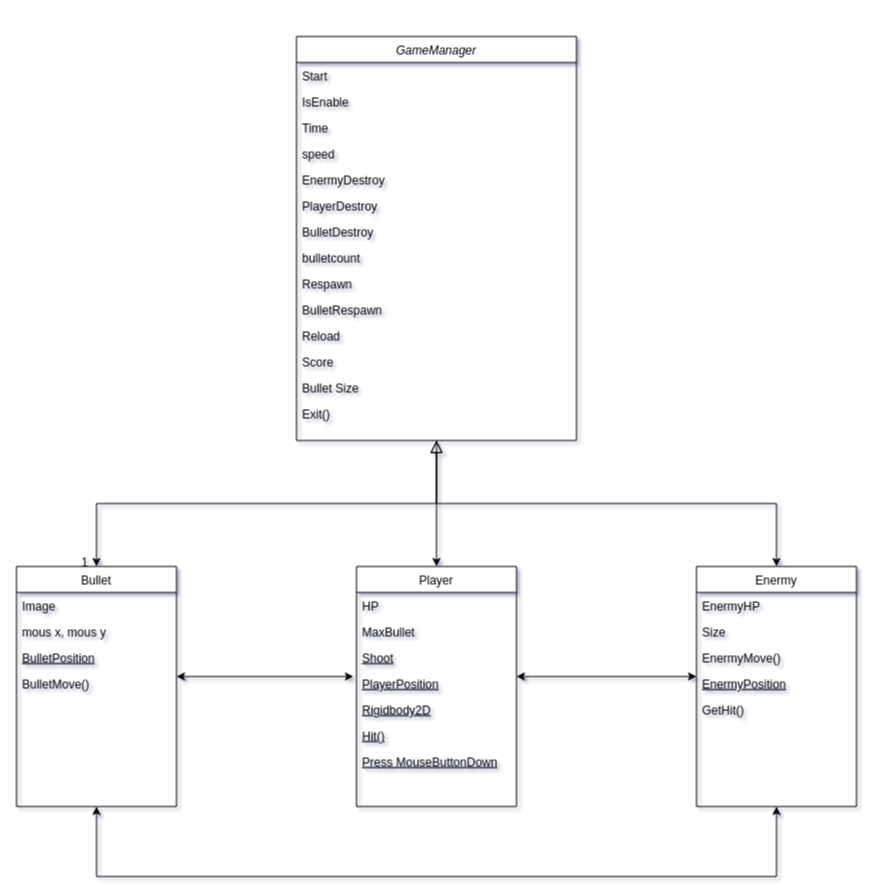
Above: class diagram.drawio in Parkjungmine/RWStudy (draw.io), before the change. Source tidied: cells renumbered, new cells numbered last; positions are measured from the earlier drawing's top-left corner, leaving out a move shared by most shapes. Both pictures are drawn from the tidied source at 100%, with x=0, y=0 at pixel (16, 36).
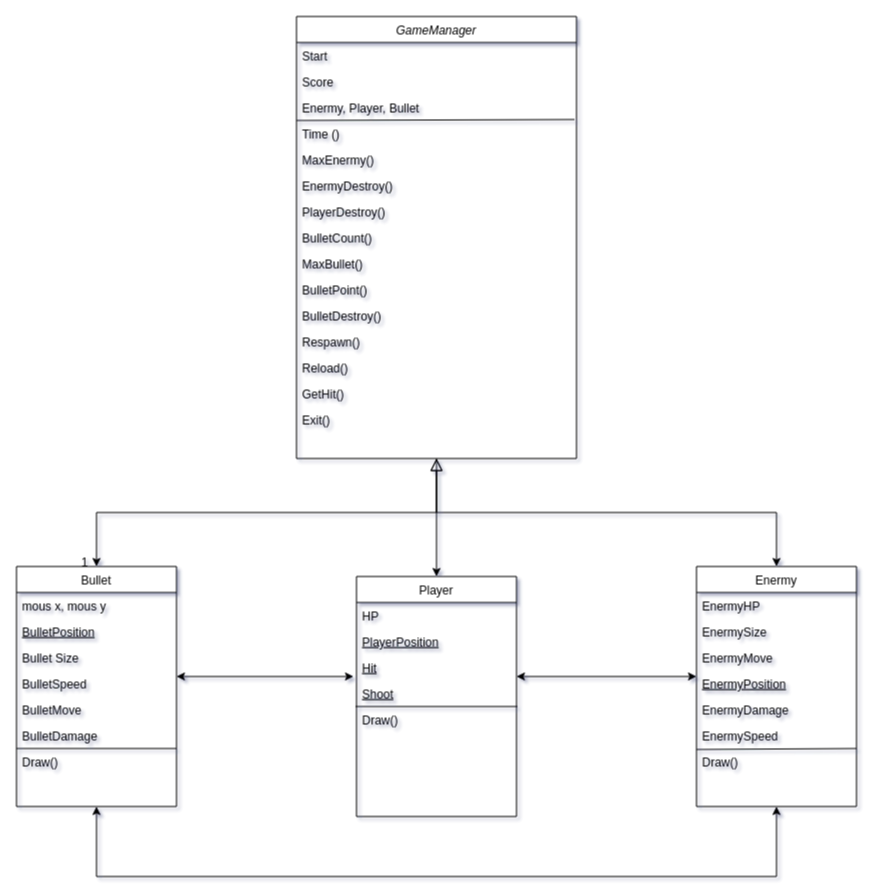
After the change.

Unchanged cells that the change refers to:
```xml
<mxCell id="26" value="Enermy" style="swimlane;fontStyle=0;align=center;verticalAlign=top;horizontal=1;startSize=26;rounded=0;shadow=0;strokeWidth=1;" parent="1" vertex="1">
  <mxGeometry x="680" y="530" width="160" height="240" as="geometry" />
</mxCell>
<mxCell id="33" value="Bullet" style="swimlane;fontStyle=0;align=center;verticalAlign=top;horizontal=1;startSize=26;rounded=0;shadow=0;strokeWidth=1;" parent="1" vertex="1">
  <mxGeometry y="530" width="160" height="240" as="geometry" />
</mxCell>
```

What changed in the source:
```diff
@@
     <mxCell id="2" value="GameManager" style="swimlane;fontStyle=2;align=center;verticalAlign=top;horizontal=1;startSize=26;rounded=0;shadow=0;strokeWidth=1;" parent="1" vertex="1">
-      <mxGeometry x="280" width="280" height="404" as="geometry" />
+      <mxGeometry x="280" y="-20" width="280" height="442" as="geometry" />
     </mxCell>
@@
-    <mxCell id="4" value="IsEnable" style="text;align=left;verticalAlign=top;spacingLeft=4;spacingRight=4;overflow=hidden;" parent="2" vertex="1">
-      <mxGeometry y="52" width="280" height="26" as="geometry" />
-    </mxCell>
+    <mxCell id="45" style="endArrow=none;html=1;rounded=0;entryX=0.993;entryY=-0.038;entryDx=0;entryDy=0;entryPerimeter=0;" parent="2" edge="1">
+      <mxGeometry relative="1" as="geometry">
+        <mxPoint y="104" as="sourcePoint" />
+        <mxPoint x="278" y="103" as="targetPoint" />
+      </mxGeometry>
+    </mxCell>
+    <mxCell id="14" value="Score" style="text;align=left;verticalAlign=top;spacingLeft=4;spacingRight=4;overflow=hidden;rounded=0;shadow=0;html=0;" parent="2" vertex="1">
+      <mxGeometry y="52" width="280" height="26" as="geometry" />
+    </mxCell>
+    <mxCell id="46" value="Enermy, Player, Bullet" style="text;align=left;verticalAlign=top;spacingLeft=4;spacingRight=4;overflow=hidden;rounded=0;shadow=0;html=0;" parent="2" vertex="1">
+      <mxGeometry y="78" width="280" height="26" as="geometry" />
+    </mxCell>
-    <mxCell id="5" value="Time" style="text;align=left;verticalAlign=top;spacingLeft=4;spacingRight=4;overflow=hidden;rounded=0;shadow=0;html=0;" parent="2" vertex="1">
-      <mxGeometry y="78" width="280" height="26" as="geometry" />
+    <mxCell id="5" value="Time ()" style="text;align=left;verticalAlign=top;spacingLeft=4;spacingRight=4;overflow=hidden;rounded=0;shadow=0;html=0;" parent="2" vertex="1">
+      <mxGeometry y="104" width="280" height="26" as="geometry" />
     </mxCell>
-    <mxCell id="6" value="speed" style="text;align=left;verticalAlign=top;spacingLeft=4;spacingRight=4;overflow=hidden;rounded=0;shadow=0;html=0;" parent="2" vertex="1">
-      <mxGeometry y="104" width="280" height="26" as="geometry" />
-    </mxCell>
-    <mxCell id="7" value="EnermyDestroy" style="text;align=left;verticalAlign=top;spacingLeft=4;spacingRight=4;overflow=hidden;rounded=0;shadow=0;html=0;" parent="2" vertex="1">
+    <mxCell id="7" value="MaxEnermy()" style="text;align=left;verticalAlign=top;spacingLeft=4;spacingRight=4;overflow=hidden;rounded=0;shadow=0;html=0;" parent="2" vertex="1">
       <mxGeometry y="130" width="280" height="26" as="geometry" />
     </mxCell>
+    <mxCell id="47" value="EnermyDestroy()" style="text;align=left;verticalAlign=top;spacingLeft=4;spacingRight=4;overflow=hidden;rounded=0;shadow=0;html=0;" parent="2" vertex="1">
+      <mxGeometry y="156" width="280" height="26" as="geometry" />
+    </mxCell>
-    <mxCell id="8" value="PlayerDestroy" style="text;align=left;verticalAlign=top;spacingLeft=4;spacingRight=4;overflow=hidden;rounded=0;shadow=0;html=0;" parent="2" vertex="1">
-      <mxGeometry y="156" width="280" height="26" as="geometry" />
+    <mxCell id="8" value="PlayerDestroy()" style="text;align=left;verticalAlign=top;spacingLeft=4;spacingRight=4;overflow=hidden;rounded=0;shadow=0;html=0;" parent="2" vertex="1">
+      <mxGeometry y="182" width="280" height="26" as="geometry" />
     </mxCell>
+    <mxCell id="10" value="BulletCount()" style="text;align=left;verticalAlign=top;spacingLeft=4;spacingRight=4;overflow=hidden;rounded=0;shadow=0;html=0;" parent="2" vertex="1">
+      <mxGeometry y="208" width="280" height="26" as="geometry" />
+    </mxCell>
+    <mxCell id="19" value="MaxBullet()" style="text;align=left;verticalAlign=top;spacingLeft=4;spacingRight=4;overflow=hidden;rounded=0;shadow=0;html=0;" parent="2" vertex="1">
+      <mxGeometry y="234" width="280" height="26" as="geometry" />
+    </mxCell>
+    <mxCell id="48" value="BulletPoint()" style="text;align=left;verticalAlign=top;spacingLeft=4;spacingRight=4;overflow=hidden;rounded=0;shadow=0;html=0;" parent="2" vertex="1">
+      <mxGeometry y="260" width="280" height="26" as="geometry" />
+    </mxCell>
-    <mxCell id="9" value="BulletDestroy" style="text;align=left;verticalAlign=top;spacingLeft=4;spacingRight=4;overflow=hidden;rounded=0;shadow=0;html=0;" parent="2" vertex="1">
-      <mxGeometry y="182" width="280" height="26" as="geometry" />
+    <mxCell id="9" value="BulletDestroy()" style="text;align=left;verticalAlign=top;spacingLeft=4;spacingRight=4;overflow=hidden;rounded=0;shadow=0;html=0;" parent="2" vertex="1">
+      <mxGeometry y="286" width="280" height="26" as="geometry" />
     </mxCell>
-    <mxCell id="10" value="bulletcount" style="text;align=left;verticalAlign=top;spacingLeft=4;spacingRight=4;overflow=hidden;rounded=0;shadow=0;html=0;" parent="2" vertex="1">
-      <mxGeometry y="208" width="280" height="26" as="geometry" />
-    </mxCell>
-    <mxCell id="11" value="Respawn" style="text;align=left;verticalAlign=top;spacingLeft=4;spacingRight=4;overflow=hidden;rounded=0;shadow=0;html=0;" parent="2" vertex="1">
-      <mxGeometry y="234" width="280" height="26" as="geometry" />
+    <mxCell id="11" value="Respawn()" style="text;align=left;verticalAlign=top;spacingLeft=4;spacingRight=4;overflow=hidden;rounded=0;shadow=0;html=0;" parent="2" vertex="1">
+      <mxGeometry y="312" width="280" height="26" as="geometry" />
     </mxCell>
-    <mxCell id="12" value="BulletRespawn" style="text;align=left;verticalAlign=top;spacingLeft=4;spacingRight=4;overflow=hidden;rounded=0;shadow=0;html=0;" parent="2" vertex="1">
-      <mxGeometry y="260" width="280" height="26" as="geometry" />
-    </mxCell>
-    <mxCell id="13" value="Reload" style="text;align=left;verticalAlign=top;spacingLeft=4;spacingRight=4;overflow=hidden;rounded=0;shadow=0;html=0;" parent="2" vertex="1">
-      <mxGeometry y="286" width="280" height="26" as="geometry" />
+    <mxCell id="13" value="Reload()" style="text;align=left;verticalAlign=top;spacingLeft=4;spacingRight=4;overflow=hidden;rounded=0;shadow=0;html=0;" parent="2" vertex="1">
+      <mxGeometry y="338" width="280" height="26" as="geometry" />
     </mxCell>
-    <mxCell id="14" value="Score" style="text;align=left;verticalAlign=top;spacingLeft=4;spacingRight=4;overflow=hidden;rounded=0;shadow=0;html=0;" parent="2" vertex="1">
-      <mxGeometry y="312" width="280" height="26" as="geometry" />
-    </mxCell>
-    <mxCell id="15" value="Bullet Size" style="text;align=left;verticalAlign=top;spacingLeft=4;spacingRight=4;overflow=hidden;rounded=0;shadow=0;html=0;" parent="2" vertex="1">
-      <mxGeometry y="338" width="280" height="26" as="geometry" />
-    </mxCell>
+    <mxCell id="31" value="GetHit()" style="text;align=left;verticalAlign=top;spacingLeft=4;spacingRight=4;overflow=hidden;" parent="2" vertex="1">
+      <mxGeometry y="364" width="280" height="26" as="geometry" />
+    </mxCell>
     <mxCell id="16" value="Exit()" style="text;align=left;verticalAlign=top;spacingLeft=4;spacingRight=4;overflow=hidden;rounded=0;shadow=0;html=0;" parent="2" vertex="1">
-      <mxGeometry y="364" width="280" height="26" as="geometry" />
+      <mxGeometry y="390" width="280" height="26" as="geometry" />
     </mxCell>
     <mxCell id="17" value="Player" style="swimlane;fontStyle=0;align=center;verticalAlign=top;horizontal=1;startSize=26;rounded=0;shadow=0;strokeWidth=1;" parent="1" vertex="1">
-      <mxGeometry x="340" y="530" width="160" height="240" as="geometry" />
+      <mxGeometry x="340" y="540" width="160" height="240" as="geometry" />
     </mxCell>
@@
-    <mxCell id="19" value="MaxBullet" style="text;align=left;verticalAlign=top;spacingLeft=4;spacingRight=4;overflow=hidden;rounded=0;shadow=0;html=0;" parent="17" vertex="1">
-      <mxGeometry y="52" width="160" height="26" as="geometry" />
-    </mxCell>
+    <mxCell id="21" value="PlayerPosition" style="text;align=left;verticalAlign=top;spacingLeft=4;spacingRight=4;overflow=hidden;points=[[0,0.5],[1,0.5]];portConstraint=eastwest;fontStyle=4;" parent="17" vertex="1">
+      <mxGeometry y="52" width="160" height="26" as="geometry" />
+    </mxCell>
+    <mxCell id="23" value="Hit" style="text;align=left;verticalAlign=top;spacingLeft=4;spacingRight=4;overflow=hidden;fontStyle=4;" parent="17" vertex="1">
+      <mxGeometry y="78" width="160" height="26" as="geometry" />
+    </mxCell>
     <mxCell id="20" value="Shoot" style="text;align=left;verticalAlign=top;spacingLeft=4;spacingRight=4;overflow=hidden;fontStyle=4;" parent="17" vertex="1">
-      <mxGeometry y="78" width="160" height="26" as="geometry" />
+      <mxGeometry y="104" width="160" height="26" as="geometry" />
     </mxCell>
-    <mxCell id="21" value="PlayerPosition" style="text;align=left;verticalAlign=top;spacingLeft=4;spacingRight=4;overflow=hidden;points=[[0,0.5],[1,0.5]];portConstraint=eastwest;fontStyle=4;" parent="17" vertex="1">
-      <mxGeometry y="104" width="160" height="26" as="geometry" />
-    </mxCell>
-    <mxCell id="22" value="Rigidbody2D" style="text;align=left;verticalAlign=top;spacingLeft=4;spacingRight=4;overflow=hidden;fontStyle=4;" parent="17" vertex="1">
-      <mxGeometry y="130" width="160" height="26" as="geometry" />
-    </mxCell>
-    <mxCell id="23" value="Hit()" style="text;align=left;verticalAlign=top;spacingLeft=4;spacingRight=4;overflow=hidden;fontStyle=4;" parent="17" vertex="1">
-      <mxGeometry y="156" width="160" height="26" as="geometry" />
-    </mxCell>
-    <mxCell id="24" value="Press MouseButtonDown" style="text;align=left;verticalAlign=top;spacingLeft=4;spacingRight=4;overflow=hidden;fontStyle=4;" parent="17" vertex="1">
-      <mxGeometry y="182" width="160" height="26" as="geometry" />
-    </mxCell>
+    <mxCell id="49" style="endArrow=none;html=1;rounded=0;entryX=1.013;entryY=1;entryDx=0;entryDy=0;entryPerimeter=0;" parent="17" edge="1">
+      <mxGeometry relative="1" as="geometry">
+        <mxPoint x="-1" y="130" as="sourcePoint" />
+        <mxPoint x="161" y="130" as="targetPoint" />
+      </mxGeometry>
+    </mxCell>
+    <mxCell id="50" value="Draw()" style="text;align=left;verticalAlign=top;spacingLeft=4;spacingRight=4;overflow=hidden;rounded=0;shadow=0;html=0;" parent="17" vertex="1">
+      <mxGeometry y="130" width="160" height="26" as="geometry" />
+    </mxCell>
@@
-    <mxCell id="28" value="Size" style="text;align=left;verticalAlign=top;spacingLeft=4;spacingRight=4;overflow=hidden;" parent="26" vertex="1">
+    <mxCell id="28" value="EnermySize" style="text;align=left;verticalAlign=top;spacingLeft=4;spacingRight=4;overflow=hidden;" parent="26" vertex="1">
       <mxGeometry y="52" width="160" height="26" as="geometry" />
     </mxCell>
-    <mxCell id="29" value="EnermyMove()" style="text;align=left;verticalAlign=top;spacingLeft=4;spacingRight=4;overflow=hidden;" parent="26" vertex="1">
+    <mxCell id="29" value="EnermyMove" style="text;align=left;verticalAlign=top;spacingLeft=4;spacingRight=4;overflow=hidden;" parent="26" vertex="1">
       <mxGeometry y="78" width="160" height="26" as="geometry" />
     </mxCell>
@@
-    <mxCell id="31" value="GetHit()" style="text;align=left;verticalAlign=top;spacingLeft=4;spacingRight=4;overflow=hidden;" parent="26" vertex="1">
-      <mxGeometry y="130" width="160" height="26" as="geometry" />
-    </mxCell>
+    <mxCell id="51" value="EnermyDamage" style="text;align=left;verticalAlign=top;spacingLeft=4;spacingRight=4;overflow=hidden;rounded=0;shadow=0;html=0;" parent="26" vertex="1">
+      <mxGeometry y="130" width="160" height="26" as="geometry" />
+    </mxCell>
+    <mxCell id="52" value="EnermySpeed" style="text;align=left;verticalAlign=top;spacingLeft=4;spacingRight=4;overflow=hidden;rounded=0;shadow=0;html=0;" parent="26" vertex="1">
+      <mxGeometry y="156" width="160" height="26" as="geometry" />
+    </mxCell>
+    <mxCell id="53" style="endArrow=none;html=1;rounded=0;" parent="26" edge="1">
+      <mxGeometry relative="1" as="geometry">
+        <mxPoint y="183" as="sourcePoint" />
+        <mxPoint x="160" y="182" as="targetPoint" />
+      </mxGeometry>
+    </mxCell>
+    <mxCell id="54" value="Draw()" style="text;align=left;verticalAlign=top;spacingLeft=4;spacingRight=4;overflow=hidden;rounded=0;shadow=0;html=0;" parent="26" vertex="1">
+      <mxGeometry y="182" width="160" height="26" as="geometry" />
+    </mxCell>
@@
-    <mxCell id="34" value="Image" style="text;align=left;verticalAlign=top;spacingLeft=4;spacingRight=4;overflow=hidden;rounded=0;shadow=0;html=0;" parent="33" vertex="1">
-      <mxGeometry y="26" width="160" height="26" as="geometry" />
-    </mxCell>
     <mxCell id="35" value="mous x, mous y" style="text;align=left;verticalAlign=top;spacingLeft=4;spacingRight=4;overflow=hidden;rounded=0;shadow=0;html=0;" parent="33" vertex="1">
-      <mxGeometry y="52" width="160" height="26" as="geometry" />
+      <mxGeometry y="26" width="160" height="26" as="geometry" />
     </mxCell>
     <mxCell id="36" value="BulletPosition" style="text;align=left;verticalAlign=top;spacingLeft=4;spacingRight=4;overflow=hidden;fontStyle=4;" parent="33" vertex="1">
-      <mxGeometry y="78" width="160" height="26" as="geometry" />
+      <mxGeometry y="52" width="160" height="26" as="geometry" />
     </mxCell>
+    <mxCell id="15" value="Bullet Size" style="text;align=left;verticalAlign=top;spacingLeft=4;spacingRight=4;overflow=hidden;rounded=0;shadow=0;html=0;" parent="33" vertex="1">
+      <mxGeometry y="78" width="160" height="26" as="geometry" />
+    </mxCell>
+    <mxCell id="55" value="BulletSpeed" style="text;align=left;verticalAlign=top;spacingLeft=4;spacingRight=4;overflow=hidden;rounded=0;shadow=0;html=0;" parent="33" vertex="1">
+      <mxGeometry y="104" width="160" height="26" as="geometry" />
+    </mxCell>
-    <mxCell id="37" value="BulletMove()" style="text;align=left;verticalAlign=top;spacingLeft=4;spacingRight=4;overflow=hidden;rounded=0;shadow=0;html=0;" parent="33" vertex="1">
-      <mxGeometry y="104" width="160" height="26" as="geometry" />
+    <mxCell id="37" value="BulletMove" style="text;align=left;verticalAlign=top;spacingLeft=4;spacingRight=4;overflow=hidden;rounded=0;shadow=0;html=0;" parent="33" vertex="1">
+      <mxGeometry y="130" width="160" height="26" as="geometry" />
     </mxCell>
+    <mxCell id="56" value="BulletDamage" style="text;align=left;verticalAlign=top;spacingLeft=4;spacingRight=4;overflow=hidden;rounded=0;shadow=0;html=0;" parent="33" vertex="1">
+      <mxGeometry y="156" width="160" height="26" as="geometry" />
+    </mxCell>
+    <mxCell id="57" style="endArrow=none;html=1;rounded=0;" parent="33" edge="1">
+      <mxGeometry relative="1" as="geometry">
+        <mxPoint y="182" as="sourcePoint" />
+        <mxPoint x="160" y="182" as="targetPoint" />
+      </mxGeometry>
+    </mxCell>
+    <mxCell id="58" value="Draw()" style="text;align=left;verticalAlign=top;spacingLeft=4;spacingRight=4;overflow=hidden;rounded=0;shadow=0;html=0;" parent="33" vertex="1">
+      <mxGeometry y="182" width="160" height="26" as="geometry" />
+    </mxCell>
@@
-    <mxCell id="40" style="endArrow=classic;startArrow=classic;html=1;rounded=0;entryX=-0.019;entryY=0.231;entryDx=0;entryDy=0;entryPerimeter=0;" parent="1" edge="1" target="21">
+    <mxCell id="40" style="endArrow=classic;startArrow=classic;html=1;rounded=0;entryX=-0.019;entryY=0.231;entryDx=0;entryDy=0;entryPerimeter=0;" parent="1" edge="1">
       <mxGeometry relative="1" as="geometry">
         <mxPoint x="160" y="640" as="sourcePoint" />
+        <mxPoint x="337" y="640" as="targetPoint" />
         <Array as="points">
           <mxPoint x="260" y="640" />
         </Array>
       </mxGeometry>
     </mxCell>
```
